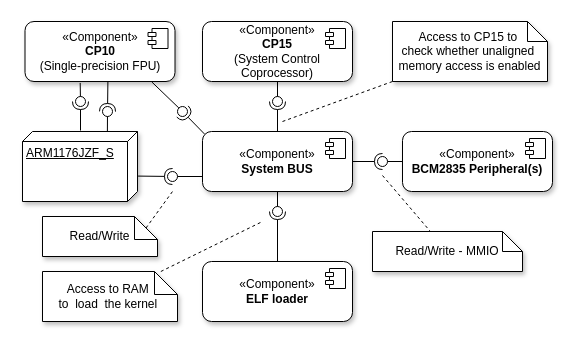
Before: docs/diagrams/core_component_diagram.drawio in silhavyj/ZeroMate, a draw.io diagram. Source tidied: cells renumbered, new cells numbered last; positions are measured from the earlier drawing's top-left corner, leaving out a move shared by most shapes. Both pictures are drawn from the tidied source at 100%, with x=0, y=0 at pixel (22, 21).
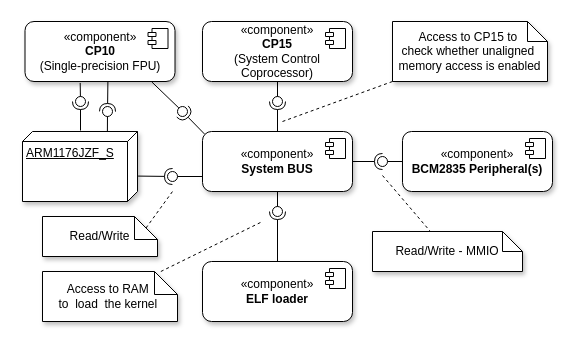
Above is the later version.

Diff of the diagram source:
```diff
@@
-    <mxCell id="2" value="«Component»&lt;br&gt;&lt;b&gt;System BUS&lt;/b&gt;" style="html=1;whiteSpace=wrap;shadow=1;rounded=1;fontFamily=Computer Modern;" parent="1" vertex="1">
+    <mxCell id="2" value="«component»&lt;br&gt;&lt;b&gt;System BUS&lt;/b&gt;" style="html=1;whiteSpace=wrap;shadow=1;rounded=1;fontFamily=Computer Modern;" parent="1" vertex="1">
       <mxGeometry x="180" y="110" width="150" height="60" as="geometry" />
     </mxCell>
@@
-    <mxCell id="4" value="«Component»&lt;br&gt;&lt;b&gt;ELF loader&lt;/b&gt;" style="html=1;whiteSpace=wrap;shadow=1;rounded=1;fontFamily=Computer Modern;" parent="1" vertex="1">
+    <mxCell id="4" value="«component»&lt;br&gt;&lt;b&gt;ELF loader&lt;/b&gt;" style="html=1;whiteSpace=wrap;shadow=1;rounded=1;fontFamily=Computer Modern;" parent="1" vertex="1">
       <mxGeometry x="180" y="240" width="150" height="60" as="geometry" />
     </mxCell>
@@
-    <mxCell id="6" value="«Component»&lt;br&gt;&lt;b style=&quot;border-color: var(--border-color);&quot;&gt;BCM2835 Peripheral(s)&lt;/b&gt;" style="html=1;whiteSpace=wrap;shadow=1;rounded=1;fontFamily=Computer Modern;" parent="1" vertex="1">
+    <mxCell id="6" value="«component»&lt;br&gt;&lt;b style=&quot;border-color: var(--border-color);&quot;&gt;BCM2835 Peripheral(s)&lt;/b&gt;" style="html=1;whiteSpace=wrap;shadow=1;rounded=1;fontFamily=Computer Modern;" parent="1" vertex="1">
       <mxGeometry x="380" y="110" width="150" height="60" as="geometry" />
     </mxCell>
@@
-    <mxCell id="30" value="«Component»&lt;br&gt;&lt;b&gt;CP15&lt;/b&gt;&lt;br&gt;(System Control &lt;br&gt;Coprocessor)" style="html=1;whiteSpace=wrap;shadow=1;rounded=1;fontFamily=Computer Modern;" parent="1" vertex="1">
+    <mxCell id="30" value="«component»&lt;br&gt;&lt;b&gt;CP15&lt;/b&gt;&lt;br&gt;(System Control &lt;br&gt;Coprocessor)" style="html=1;whiteSpace=wrap;shadow=1;rounded=1;fontFamily=Computer Modern;" parent="1" vertex="1">
       <mxGeometry x="180" width="150" height="60" as="geometry" />
     </mxCell>
@@
-    <mxCell id="32" value="«Component»&lt;br&gt;&lt;b&gt;CP10&lt;/b&gt;&lt;br&gt;(Single-precision FPU)" style="html=1;whiteSpace=wrap;shadow=1;rounded=1;fontFamily=Computer Modern;" parent="1" vertex="1">
+    <mxCell id="32" value="«component»&lt;br&gt;&lt;b&gt;CP10&lt;/b&gt;&lt;br&gt;(Single-precision FPU)" style="html=1;whiteSpace=wrap;shadow=1;rounded=1;fontFamily=Computer Modern;" parent="1" vertex="1">
       <mxGeometry x="2.5" width="150" height="60" as="geometry" />
     </mxCell>
```
